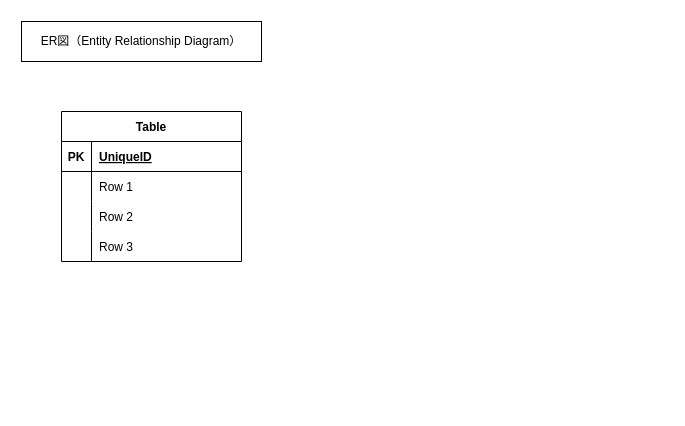
The draw.io diagram Reversi/docs/90_er.drawio in Gunj0/js-memo, before the edit. Source tidied: cells renumbered, new cells numbered last; positions are measured from the earlier drawing's top-left corner, leaving out a move shared by most shapes. Both pictures are drawn from the tidied source at 100%, with x=0, y=0 at pixel (21, 21).
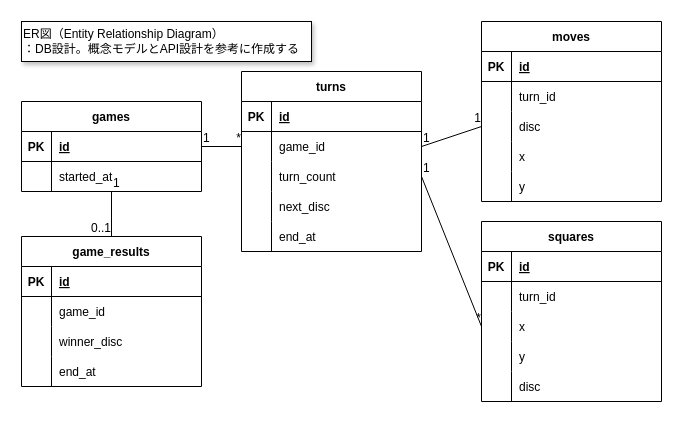
After the change.

Unchanged cells that the change refers to:
```xml
<mxCell id="4" style="shape=tableRow;horizontal=0;startSize=0;swimlaneHead=0;swimlaneBody=0;fillColor=none;points=[[0,0.5],[1,0.5]];portConstraint=eastwest;top=0;left=0;right=0;bottom=1;" parent="3" vertex="1">
  <mxGeometry y="30" width="180" height="30" as="geometry" />
</mxCell>
<mxCell id="7" style="shape=tableRow;horizontal=0;startSize=0;swimlaneHead=0;swimlaneBody=0;fillColor=none;points=[[0,0.5],[1,0.5]];portConstraint=eastwest;top=0;left=0;right=0;bottom=0;" parent="3" vertex="1">
  <mxGeometry y="60" width="180" height="30" as="geometry" />
</mxCell>
```

Change to the diagram source:
```diff
@@
-    <mxCell id="2" value="ER図（Entity Relationship Diagram）" style="rounded=0;whiteSpace=wrap;html=1;" parent="1" vertex="1">
-      <mxGeometry width="240" height="40" as="geometry" />
+    <mxCell id="2" value="ER図（Entity Relationship Diagram）&lt;br&gt;：DB設計。概念モデルとAPI設計を参考に作成する" style="rounded=0;whiteSpace=wrap;html=1;align=left;shadow=1;" parent="1" vertex="1">
+      <mxGeometry width="290" height="40" as="geometry" />
     </mxCell>
-    <mxCell id="3" value="Table" style="shape=table;startSize=30;childLayout=tableLayout;rowLines=0;fontStyle=1;align=center;" parent="1" vertex="1">
-      <mxGeometry x="40" y="90" width="180" height="150" as="geometry" />
+    <mxCell id="3" value="games" style="shape=table;startSize=30;childLayout=tableLayout;rowLines=0;fontStyle=1;align=center;" parent="1" vertex="1">
+      <mxGeometry y="80" width="180" height="90" as="geometry" />
     </mxCell>
@@
-    <mxCell id="6" value="UniqueID" style="shape=partialRectangle;fillColor=none;top=0;left=0;bottom=0;right=0;align=left;spacingLeft=6;fontStyle=5;overflow=hidden;" parent="4" vertex="1">
+    <mxCell id="6" value="id" style="shape=partialRectangle;fillColor=none;top=0;left=0;bottom=0;right=0;align=left;spacingLeft=6;fontStyle=5;overflow=hidden;" parent="4" vertex="1">
       <mxGeometry x="30" width="150" height="30" as="geometry" />
     </mxCell>
@@
-    <mxCell id="9" value="Row 1" style="shape=partialRectangle;fillColor=none;top=0;left=0;bottom=0;right=0;align=left;spacingLeft=6;overflow=hidden;" parent="7" vertex="1">
+    <mxCell id="9" value="started_at" style="shape=partialRectangle;fillColor=none;top=0;left=0;bottom=0;right=0;align=left;spacingLeft=6;overflow=hidden;" parent="7" vertex="1">
       <mxGeometry x="30" width="150" height="30" as="geometry" />
     </mxCell>
-    <mxCell id="10" style="shape=tableRow;horizontal=0;startSize=0;swimlaneHead=0;swimlaneBody=0;fillColor=none;top=0;left=0;right=0;bottom=0;" parent="3" vertex="1">
-      <mxGeometry y="90" width="180" height="30" as="geometry" />
-    </mxCell>
-    <mxCell id="11" style="shape=partialRectangle;fillColor=none;top=0;left=0;bottom=0;right=0;overflow=hidden;" parent="10" vertex="1">
-      <mxGeometry width="30" height="30" as="geometry" />
-    </mxCell>
-    <mxCell id="12" value="Row 2" style="shape=partialRectangle;fillColor=none;top=0;left=0;bottom=0;right=0;align=left;spacingLeft=6;overflow=hidden;" parent="10" vertex="1">
-      <mxGeometry x="30" width="150" height="30" as="geometry" />
-    </mxCell>
-    <mxCell id="13" style="shape=tableRow;horizontal=0;startSize=0;swimlaneHead=0;swimlaneBody=0;fillColor=none;top=0;left=0;right=0;bottom=0;" parent="3" vertex="1">
-      <mxGeometry y="120" width="180" height="30" as="geometry" />
-    </mxCell>
-    <mxCell id="14" style="shape=partialRectangle;fillColor=none;top=0;left=0;bottom=0;right=0;overflow=hidden;" parent="13" vertex="1">
-      <mxGeometry width="30" height="30" as="geometry" />
-    </mxCell>
-    <mxCell id="15" value="Row 3" style="shape=partialRectangle;fillColor=none;top=0;left=0;bottom=0;right=0;align=left;spacingLeft=6;overflow=hidden;" parent="13" vertex="1">
-      <mxGeometry x="30" width="150" height="30" as="geometry" />
-    </mxCell>
+    <mxCell id="16" value="turns" style="shape=table;startSize=30;childLayout=tableLayout;rowLines=0;fontStyle=1;align=center;shadow=0;" parent="1" vertex="1">
+      <mxGeometry x="220" y="50" width="180" height="180" as="geometry" />
+    </mxCell>
+    <mxCell id="17" style="shape=tableRow;horizontal=0;startSize=0;swimlaneHead=0;swimlaneBody=0;fillColor=none;top=0;left=0;right=0;bottom=1;shadow=0;" parent="16" vertex="1">
+      <mxGeometry y="30" width="180" height="30" as="geometry" />
+    </mxCell>
+    <mxCell id="18" value="PK" style="shape=partialRectangle;fillColor=none;top=0;left=0;bottom=0;right=0;fontStyle=1;overflow=hidden;shadow=1;" parent="17" vertex="1">
+      <mxGeometry width="30" height="30" as="geometry" />
+    </mxCell>
+    <mxCell id="19" value="id" style="shape=partialRectangle;fillColor=none;top=0;left=0;bottom=0;right=0;align=left;spacingLeft=6;fontStyle=5;overflow=hidden;shadow=1;" parent="17" vertex="1">
+      <mxGeometry x="30" width="150" height="30" as="geometry" />
+    </mxCell>
+    <mxCell id="20" style="shape=tableRow;horizontal=0;startSize=0;swimlaneHead=0;swimlaneBody=0;fillColor=none;points=[[0,0.5],[1,0.5]];portConstraint=eastwest;top=0;left=0;right=0;bottom=0;shadow=1;" parent="16" vertex="1">
+      <mxGeometry y="60" width="180" height="30" as="geometry" />
+    </mxCell>
+    <mxCell id="21" style="shape=partialRectangle;fillColor=none;top=0;left=0;bottom=0;right=0;overflow=hidden;shadow=1;" parent="20" vertex="1">
+      <mxGeometry width="30" height="30" as="geometry" />
+    </mxCell>
+    <mxCell id="22" value="game_id" style="shape=partialRectangle;fillColor=none;top=0;left=0;bottom=0;right=0;align=left;spacingLeft=6;overflow=hidden;shadow=1;" parent="20" vertex="1">
+      <mxGeometry x="30" width="150" height="30" as="geometry" />
+    </mxCell>
+    <mxCell id="23" style="shape=tableRow;horizontal=0;startSize=0;swimlaneHead=0;swimlaneBody=0;fillColor=none;points=[[0,0.5],[1,0.5]];portConstraint=eastwest;top=0;left=0;right=0;bottom=0;shadow=1;" parent="16" vertex="1">
+      <mxGeometry y="90" width="180" height="30" as="geometry" />
+    </mxCell>
+    <mxCell id="24" style="shape=partialRectangle;fillColor=none;top=0;left=0;bottom=0;right=0;overflow=hidden;shadow=1;" parent="23" vertex="1">
+      <mxGeometry width="30" height="30" as="geometry" />
+    </mxCell>
+    <mxCell id="25" value="turn_count" style="shape=partialRectangle;fillColor=none;top=0;left=0;bottom=0;right=0;align=left;spacingLeft=6;overflow=hidden;shadow=1;" parent="23" vertex="1">
+      <mxGeometry x="30" width="150" height="30" as="geometry" />
+    </mxCell>
+    <mxCell id="26" style="shape=tableRow;horizontal=0;startSize=0;swimlaneHead=0;swimlaneBody=0;fillColor=none;top=0;left=0;right=0;bottom=0;shadow=1;" parent="16" vertex="1">
+      <mxGeometry y="120" width="180" height="30" as="geometry" />
+    </mxCell>
+    <mxCell id="27" style="shape=partialRectangle;fillColor=none;top=0;left=0;bottom=0;right=0;overflow=hidden;shadow=1;" parent="26" vertex="1">
+      <mxGeometry width="30" height="30" as="geometry" />
+    </mxCell>
+    <mxCell id="28" value="next_disc" style="shape=partialRectangle;fillColor=none;top=0;left=0;bottom=0;right=0;align=left;spacingLeft=6;overflow=hidden;shadow=1;" parent="26" vertex="1">
+      <mxGeometry x="30" width="150" height="30" as="geometry" />
+    </mxCell>
+    <mxCell id="29" style="shape=tableRow;horizontal=0;startSize=0;swimlaneHead=0;swimlaneBody=0;fillColor=none;top=0;left=0;right=0;bottom=0;shadow=1;" parent="16" vertex="1">
+      <mxGeometry y="150" width="180" height="30" as="geometry" />
+    </mxCell>
+    <mxCell id="30" style="shape=partialRectangle;fillColor=none;top=0;left=0;bottom=0;right=0;overflow=hidden;shadow=1;" parent="29" vertex="1">
+      <mxGeometry width="30" height="30" as="geometry" />
+    </mxCell>
+    <mxCell id="31" value="end_at" style="shape=partialRectangle;fillColor=none;top=0;left=0;bottom=0;right=0;align=left;spacingLeft=6;overflow=hidden;shadow=1;" parent="29" vertex="1">
+      <mxGeometry x="30" width="150" height="30" as="geometry" />
+    </mxCell>
+    <mxCell id="32" style="endArrow=none;html=1;rounded=0;exitX=1;exitY=0.5;exitDx=0;exitDy=0;entryX=0;entryY=0.5;entryDx=0;entryDy=0;" parent="1" edge="1" source="4" target="20">
+      <mxGeometry relative="1" as="geometry" />
+    </mxCell>
+    <mxCell id="33" value="1" style="html=1;align=left;verticalAlign=bottom;shadow=1;" parent="32" vertex="1">
+      <mxGeometry x="-1" relative="1" as="geometry" />
+    </mxCell>
+    <mxCell id="34" value="*" style="html=1;align=right;verticalAlign=bottom;shadow=1;" parent="32" vertex="1">
+      <mxGeometry x="1" relative="1" as="geometry" />
+    </mxCell>
+    <mxCell id="35" value="moves" style="shape=table;startSize=30;childLayout=tableLayout;rowLines=0;fontStyle=1;align=center;shadow=0;" parent="1" vertex="1">
+      <mxGeometry x="460" width="180" height="180" as="geometry" />
+    </mxCell>
+    <mxCell id="36" style="shape=tableRow;horizontal=0;startSize=0;swimlaneHead=0;swimlaneBody=0;fillColor=none;top=0;left=0;right=0;bottom=1;shadow=0;" parent="35" vertex="1">
+      <mxGeometry y="30" width="180" height="30" as="geometry" />
+    </mxCell>
+    <mxCell id="37" value="PK" style="shape=partialRectangle;fillColor=none;top=0;left=0;bottom=0;right=0;fontStyle=1;overflow=hidden;shadow=1;" parent="36" vertex="1">
+      <mxGeometry width="30" height="30" as="geometry" />
+    </mxCell>
+    <mxCell id="38" value="id" style="shape=partialRectangle;fillColor=none;top=0;left=0;bottom=0;right=0;align=left;spacingLeft=6;fontStyle=5;overflow=hidden;shadow=1;" parent="36" vertex="1">
+      <mxGeometry x="30" width="150" height="30" as="geometry" />
+    </mxCell>
+    <mxCell id="39" style="shape=tableRow;horizontal=0;startSize=0;swimlaneHead=0;swimlaneBody=0;fillColor=none;top=0;left=0;right=0;bottom=0;shadow=1;" parent="35" vertex="1">
+      <mxGeometry y="60" width="180" height="30" as="geometry" />
+    </mxCell>
+    <mxCell id="40" style="shape=partialRectangle;fillColor=none;top=0;left=0;bottom=0;right=0;overflow=hidden;shadow=1;" parent="39" vertex="1">
+      <mxGeometry width="30" height="30" as="geometry" />
+    </mxCell>
+    <mxCell id="41" value="turn_id" style="shape=partialRectangle;fillColor=none;top=0;left=0;bottom=0;right=0;align=left;spacingLeft=6;overflow=hidden;shadow=1;" parent="39" vertex="1">
+      <mxGeometry x="30" width="150" height="30" as="geometry" />
+    </mxCell>
+    <mxCell id="42" style="shape=tableRow;horizontal=0;startSize=0;swimlaneHead=0;swimlaneBody=0;fillColor=none;points=[[0,0.5],[1,0.5]];portConstraint=eastwest;top=0;left=0;right=0;bottom=0;shadow=1;" parent="35" vertex="1">
+      <mxGeometry y="90" width="180" height="30" as="geometry" />
+    </mxCell>
+    <mxCell id="43" style="shape=partialRectangle;fillColor=none;top=0;left=0;bottom=0;right=0;overflow=hidden;shadow=1;" parent="42" vertex="1">
+      <mxGeometry width="30" height="30" as="geometry" />
+    </mxCell>
+    <mxCell id="44" value="disc" style="shape=partialRectangle;fillColor=none;top=0;left=0;bottom=0;right=0;align=left;spacingLeft=6;overflow=hidden;shadow=1;" parent="42" vertex="1">
+      <mxGeometry x="30" width="150" height="30" as="geometry" />
+    </mxCell>
+    <mxCell id="45" style="shape=tableRow;horizontal=0;startSize=0;swimlaneHead=0;swimlaneBody=0;fillColor=none;top=0;left=0;right=0;bottom=0;shadow=1;" parent="35" vertex="1">
+      <mxGeometry y="120" width="180" height="30" as="geometry" />
+    </mxCell>
+    <mxCell id="46" style="shape=partialRectangle;fillColor=none;top=0;left=0;bottom=0;right=0;overflow=hidden;shadow=1;" parent="45" vertex="1">
+      <mxGeometry width="30" height="30" as="geometry" />
+    </mxCell>
+    <mxCell id="47" value="x" style="shape=partialRectangle;fillColor=none;top=0;left=0;bottom=0;right=0;align=left;spacingLeft=6;overflow=hidden;shadow=1;" parent="45" vertex="1">
+      <mxGeometry x="30" width="150" height="30" as="geometry" />
+    </mxCell>
+    <mxCell id="48" style="shape=tableRow;horizontal=0;startSize=0;swimlaneHead=0;swimlaneBody=0;fillColor=none;top=0;left=0;right=0;bottom=0;shadow=1;" parent="35" vertex="1">
+      <mxGeometry y="150" width="180" height="30" as="geometry" />
+    </mxCell>
+    <mxCell id="49" style="shape=partialRectangle;fillColor=none;top=0;left=0;bottom=0;right=0;overflow=hidden;shadow=1;" parent="48" vertex="1">
+      <mxGeometry width="30" height="30" as="geometry" />
+    </mxCell>
+    <mxCell id="50" value="y" style="shape=partialRectangle;fillColor=none;top=0;left=0;bottom=0;right=0;align=left;spacingLeft=6;overflow=hidden;shadow=1;" parent="48" vertex="1">
+      <mxGeometry x="30" width="150" height="30" as="geometry" />
+    </mxCell>
+    <mxCell id="51" style="endArrow=none;html=1;rounded=0;exitX=1;exitY=0.5;exitDx=0;exitDy=0;entryX=0;entryY=0.5;entryDx=0;entryDy=0;" parent="1" edge="1" source="20" target="42">
+      <mxGeometry relative="1" as="geometry" />
+    </mxCell>
+    <mxCell id="52" value="1" style="html=1;align=left;verticalAlign=bottom;shadow=1;" parent="51" vertex="1">
+      <mxGeometry x="-1" relative="1" as="geometry" />
+    </mxCell>
+    <mxCell id="53" value="1" style="html=1;align=right;verticalAlign=bottom;shadow=1;" parent="51" vertex="1">
+      <mxGeometry x="1" relative="1" as="geometry" />
+    </mxCell>
+    <mxCell id="54" value="squares" style="shape=table;startSize=30;childLayout=tableLayout;rowLines=0;fontStyle=1;align=center;shadow=0;" parent="1" vertex="1">
+      <mxGeometry x="460" y="200" width="180" height="180" as="geometry" />
+    </mxCell>
+    <mxCell id="55" style="shape=tableRow;horizontal=0;startSize=0;swimlaneHead=0;swimlaneBody=0;fillColor=none;top=0;left=0;right=0;bottom=1;shadow=0;" parent="54" vertex="1">
+      <mxGeometry y="30" width="180" height="30" as="geometry" />
+    </mxCell>
+    <mxCell id="56" value="PK" style="shape=partialRectangle;fillColor=none;top=0;left=0;bottom=0;right=0;fontStyle=1;overflow=hidden;shadow=1;" parent="55" vertex="1">
+      <mxGeometry width="30" height="30" as="geometry" />
+    </mxCell>
+    <mxCell id="57" value="id" style="shape=partialRectangle;fillColor=none;top=0;left=0;bottom=0;right=0;align=left;spacingLeft=6;fontStyle=5;overflow=hidden;shadow=1;" parent="55" vertex="1">
+      <mxGeometry x="30" width="150" height="30" as="geometry" />
+    </mxCell>
+    <mxCell id="58" style="shape=tableRow;horizontal=0;startSize=0;swimlaneHead=0;swimlaneBody=0;fillColor=none;top=0;left=0;right=0;bottom=0;shadow=1;" parent="54" vertex="1">
+      <mxGeometry y="60" width="180" height="30" as="geometry" />
+    </mxCell>
+    <mxCell id="59" style="shape=partialRectangle;fillColor=none;top=0;left=0;bottom=0;right=0;overflow=hidden;shadow=1;" parent="58" vertex="1">
+      <mxGeometry width="30" height="30" as="geometry" />
+    </mxCell>
+    <mxCell id="60" value="turn_id" style="shape=partialRectangle;fillColor=none;top=0;left=0;bottom=0;right=0;align=left;spacingLeft=6;overflow=hidden;shadow=1;" parent="58" vertex="1">
+      <mxGeometry x="30" width="150" height="30" as="geometry" />
+    </mxCell>
+    <mxCell id="61" style="shape=tableRow;horizontal=0;startSize=0;swimlaneHead=0;swimlaneBody=0;fillColor=none;points=[[0,0.5],[1,0.5]];portConstraint=eastwest;top=0;left=0;right=0;bottom=0;shadow=1;" parent="54" vertex="1">
+      <mxGeometry y="90" width="180" height="30" as="geometry" />
+    </mxCell>
+    <mxCell id="62" style="shape=partialRectangle;fillColor=none;top=0;left=0;bottom=0;right=0;overflow=hidden;shadow=1;" parent="61" vertex="1">
+      <mxGeometry width="30" height="30" as="geometry" />
+    </mxCell>
+    <mxCell id="63" value="x" style="shape=partialRectangle;fillColor=none;top=0;left=0;bottom=0;right=0;align=left;spacingLeft=6;overflow=hidden;shadow=1;" parent="61" vertex="1">
+      <mxGeometry x="30" width="150" height="30" as="geometry" />
+    </mxCell>
+    <mxCell id="64" style="shape=tableRow;horizontal=0;startSize=0;swimlaneHead=0;swimlaneBody=0;fillColor=none;top=0;left=0;right=0;bottom=0;shadow=1;" parent="54" vertex="1">
+      <mxGeometry y="120" width="180" height="30" as="geometry" />
+    </mxCell>
+    <mxCell id="65" style="shape=partialRectangle;fillColor=none;top=0;left=0;bottom=0;right=0;overflow=hidden;shadow=1;" parent="64" vertex="1">
+      <mxGeometry width="30" height="30" as="geometry" />
+    </mxCell>
+    <mxCell id="66" value="y" style="shape=partialRectangle;fillColor=none;top=0;left=0;bottom=0;right=0;align=left;spacingLeft=6;overflow=hidden;shadow=1;" parent="64" vertex="1">
+      <mxGeometry x="30" width="150" height="30" as="geometry" />
+    </mxCell>
+    <mxCell id="67" style="shape=tableRow;horizontal=0;startSize=0;swimlaneHead=0;swimlaneBody=0;fillColor=none;top=0;left=0;right=0;bottom=0;shadow=1;" parent="54" vertex="1">
+      <mxGeometry y="150" width="180" height="30" as="geometry" />
+    </mxCell>
+    <mxCell id="68" style="shape=partialRectangle;fillColor=none;top=0;left=0;bottom=0;right=0;overflow=hidden;shadow=1;" parent="67" vertex="1">
+      <mxGeometry width="30" height="30" as="geometry" />
+    </mxCell>
+    <mxCell id="69" value="disc" style="shape=partialRectangle;fillColor=none;top=0;left=0;bottom=0;right=0;align=left;spacingLeft=6;overflow=hidden;shadow=1;" parent="67" vertex="1">
+      <mxGeometry x="30" width="150" height="30" as="geometry" />
+    </mxCell>
+    <mxCell id="70" style="endArrow=none;html=1;rounded=0;exitX=1;exitY=0.5;exitDx=0;exitDy=0;entryX=0;entryY=0.5;entryDx=0;entryDy=0;" parent="1" edge="1" source="23" target="61">
+      <mxGeometry relative="1" as="geometry" />
+    </mxCell>
+    <mxCell id="71" value="1" style="html=1;align=left;verticalAlign=bottom;shadow=1;" parent="70" vertex="1">
+      <mxGeometry x="-1" relative="1" as="geometry" />
+    </mxCell>
+    <mxCell id="72" value="*" style="html=1;align=right;verticalAlign=bottom;shadow=1;" parent="70" vertex="1">
+      <mxGeometry x="1" relative="1" as="geometry" />
+    </mxCell>
+    <mxCell id="73" value="game_results" style="shape=table;startSize=30;childLayout=tableLayout;rowLines=0;fontStyle=1;align=center;shadow=0;" parent="1" vertex="1">
+      <mxGeometry y="215" width="180" height="150" as="geometry" />
+    </mxCell>
+    <mxCell id="74" style="shape=tableRow;horizontal=0;startSize=0;swimlaneHead=0;swimlaneBody=0;fillColor=none;top=0;left=0;right=0;bottom=1;shadow=0;" parent="73" vertex="1">
+      <mxGeometry y="30" width="180" height="30" as="geometry" />
+    </mxCell>
+    <mxCell id="75" value="PK" style="shape=partialRectangle;fillColor=none;top=0;left=0;bottom=0;right=0;fontStyle=1;overflow=hidden;shadow=1;" parent="74" vertex="1">
+      <mxGeometry width="30" height="30" as="geometry" />
+    </mxCell>
+    <mxCell id="76" value="id" style="shape=partialRectangle;fillColor=none;top=0;left=0;bottom=0;right=0;align=left;spacingLeft=6;fontStyle=5;overflow=hidden;shadow=1;" parent="74" vertex="1">
+      <mxGeometry x="30" width="150" height="30" as="geometry" />
+    </mxCell>
+    <mxCell id="77" style="shape=tableRow;horizontal=0;startSize=0;swimlaneHead=0;swimlaneBody=0;fillColor=none;top=0;left=0;right=0;bottom=0;shadow=1;" parent="73" vertex="1">
+      <mxGeometry y="60" width="180" height="30" as="geometry" />
+    </mxCell>
+    <mxCell id="78" style="shape=partialRectangle;fillColor=none;top=0;left=0;bottom=0;right=0;overflow=hidden;shadow=1;" parent="77" vertex="1">
+      <mxGeometry width="30" height="30" as="geometry" />
+    </mxCell>
+    <mxCell id="79" value="game_id" style="shape=partialRectangle;fillColor=none;top=0;left=0;bottom=0;right=0;align=left;spacingLeft=6;overflow=hidden;shadow=1;" parent="77" vertex="1">
+      <mxGeometry x="30" width="150" height="30" as="geometry" />
+    </mxCell>
+    <mxCell id="80" style="shape=tableRow;horizontal=0;startSize=0;swimlaneHead=0;swimlaneBody=0;fillColor=none;top=0;left=0;right=0;bottom=0;shadow=1;" parent="73" vertex="1">
+      <mxGeometry y="90" width="180" height="30" as="geometry" />
+    </mxCell>
+    <mxCell id="81" style="shape=partialRectangle;fillColor=none;top=0;left=0;bottom=0;right=0;overflow=hidden;shadow=1;" parent="80" vertex="1">
+      <mxGeometry width="30" height="30" as="geometry" />
+    </mxCell>
+    <mxCell id="82" value="winner_disc" style="shape=partialRectangle;fillColor=none;top=0;left=0;bottom=0;right=0;align=left;spacingLeft=6;overflow=hidden;shadow=1;" parent="80" vertex="1">
+      <mxGeometry x="30" width="150" height="30" as="geometry" />
+    </mxCell>
+    <mxCell id="83" style="shape=tableRow;horizontal=0;startSize=0;swimlaneHead=0;swimlaneBody=0;fillColor=none;top=0;left=0;right=0;bottom=0;shadow=1;" parent="73" vertex="1">
+      <mxGeometry y="120" width="180" height="30" as="geometry" />
+    </mxCell>
+    <mxCell id="84" style="shape=partialRectangle;fillColor=none;top=0;left=0;bottom=0;right=0;overflow=hidden;shadow=1;" parent="83" vertex="1">
+      <mxGeometry width="30" height="30" as="geometry" />
+    </mxCell>
+    <mxCell id="85" value="end_at" style="shape=partialRectangle;fillColor=none;top=0;left=0;bottom=0;right=0;align=left;spacingLeft=6;overflow=hidden;shadow=1;" parent="83" vertex="1">
+      <mxGeometry x="30" width="150" height="30" as="geometry" />
+    </mxCell>
+    <mxCell id="86" style="endArrow=none;html=1;rounded=0;entryX=0.5;entryY=0;entryDx=0;entryDy=0;" parent="1" edge="1" source="7" target="73">
+      <mxGeometry relative="1" as="geometry" />
+    </mxCell>
+    <mxCell id="87" value="1" style="html=1;align=left;verticalAlign=bottom;shadow=1;" parent="86" vertex="1">
+      <mxGeometry x="-1" relative="1" as="geometry" />
+    </mxCell>
+    <mxCell id="88" value="0..1" style="html=1;align=right;verticalAlign=bottom;shadow=1;" parent="86" vertex="1">
+      <mxGeometry x="1" relative="1" as="geometry" />
+    </mxCell>
```
